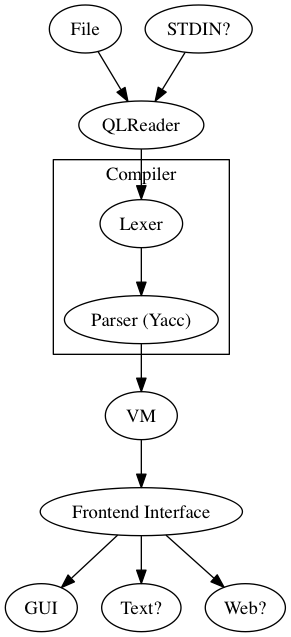
software-engineering-amsterdam/many-ql keeps this Graphviz diagram as carlos.cirello/architecture.png. Above is the earlier version. Its source is kept beside it as carlos.cirello/architecture.dot.
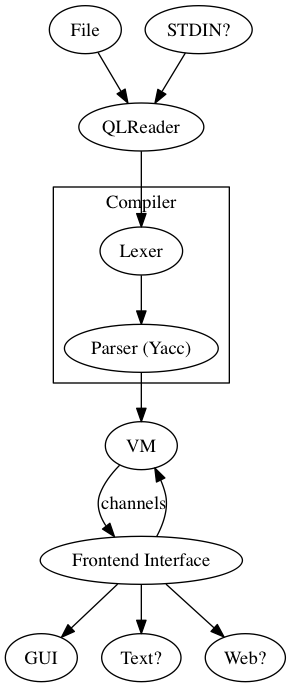
The same file after the commit.

Commit message:
Update architecture to acknowledge UI is concurrent

What changed in the source:
```diff
@@ -9,7 +9,9 @@
 	}
 	"Parser (Yacc)" -> "VM"
 
-	"VM" -> "Frontend Interface"
+	"VM" -> "Frontend Interface" [label="channels"]
+	"Frontend Interface" -> "VM"
+
 	"Frontend Interface" -> "GUI"
 	"Frontend Interface" -> "Text?"
 	"Frontend Interface" -> "Web?"
```
